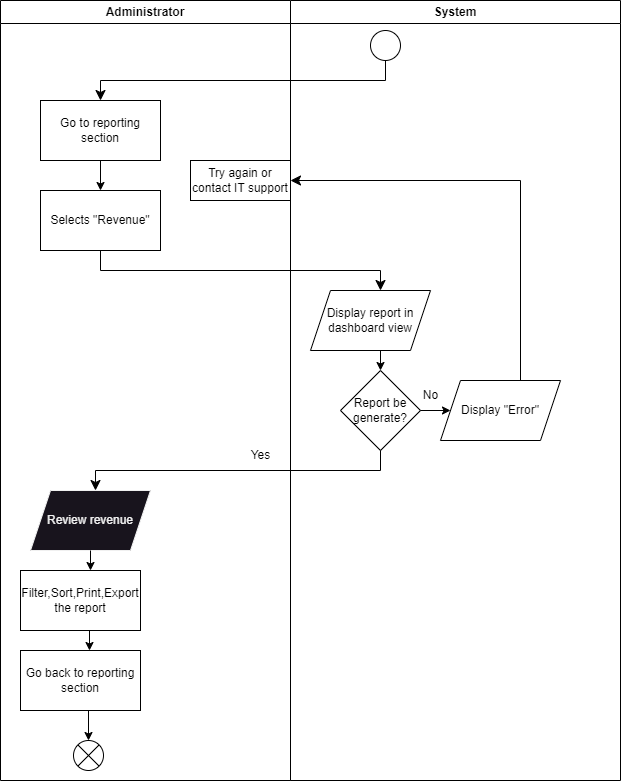
The draw.io diagram project/drawio/stakeholder/activity diagram/uc07.png in drshahizan/software-engineering, before a commit. Source tidied: cells renumbered, new cells last; positions are measured from the earlier drawing's top-left corner, leaving out a move shared by most shapes.
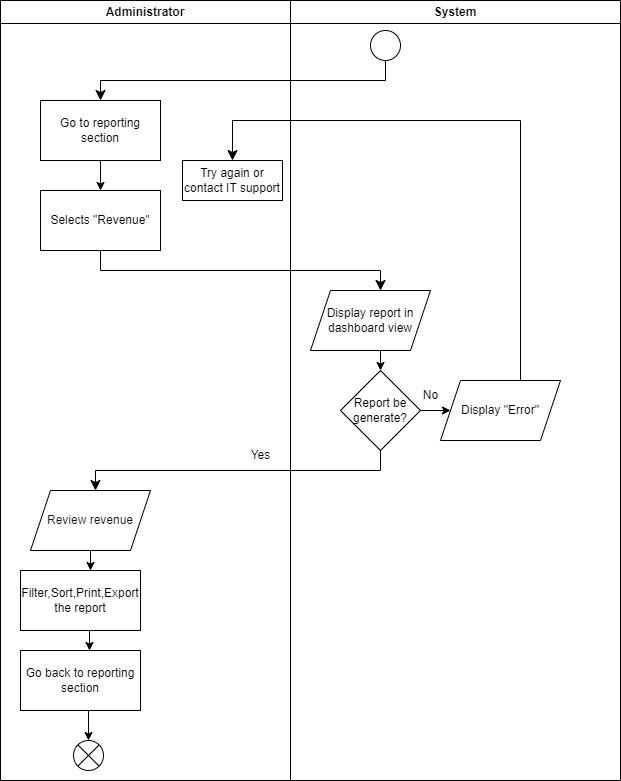
The same file after the commit.

What changed in the source:
```diff
@@ -50,7 +50,7 @@
         <mxPoint x="95" y="490" as="targetPoint" />
       </mxGeometry>
     </mxCell>
-    <mxCell id="13" value="Review revenue" style="shape=parallelogram;perimeter=parallelogramPerimeter;whiteSpace=wrap;html=1;fixedSize=1;fontFamily=Helvetica;fontSize=12;fontColor=rgb(240, 240, 240);align=center;strokeColor=rgb(240, 240, 240);fillColor=rgb(24, 20, 29);" parent="1" vertex="1">
+    <mxCell id="13" value="&lt;font color=&quot;#18141d&quot;&gt;Review revenue&lt;/font&gt;" style="shape=parallelogram;perimeter=parallelogramPerimeter;whiteSpace=wrap;html=1;fixedSize=1;fontFamily=Helvetica;fontSize=12;fontColor=rgb(240, 240, 240);align=center;strokeColor=#000000;fillColor=#FFFFFF;" parent="1" vertex="1">
       <mxGeometry x="30" y="490" width="120" height="60" as="geometry" />
     </mxCell>
     <mxCell id="14" style="endArrow=classic;html=1;" parent="1" edge="1">
@@ -92,17 +92,16 @@
     <mxCell id="22" value="Display &quot;Error&quot;" style="shape=parallelogram;perimeter=parallelogramPerimeter;whiteSpace=wrap;html=1;fixedSize=1;" parent="1" vertex="1">
       <mxGeometry x="440" y="380" width="120" height="60" as="geometry" />
     </mxCell>
-    <mxCell id="23" style="edgeStyle=elbowEdgeStyle;elbow=vertical;endArrow=classic;html=1;curved=0;rounded=0;endSize=8;startSize=8;" parent="1" edge="1">
+    <mxCell id="23" style="edgeStyle=elbowEdgeStyle;elbow=vertical;endArrow=classic;html=1;curved=0;rounded=0;endSize=8;startSize=8;entryX=0.5;entryY=0;entryDx=0;entryDy=0;" parent="1" edge="1" target="24">
       <mxGeometry relative="1" as="geometry">
         <mxPoint x="520" y="380" as="sourcePoint" />
-        <mxPoint x="290" y="180" as="targetPoint" />
         <Array as="points">
-          <mxPoint x="380" y="180" />
+          <mxPoint x="490" y="120" />
         </Array>
       </mxGeometry>
     </mxCell>
     <mxCell id="24" value="Try again or contact IT support" style="rounded=0;whiteSpace=wrap;html=1;" parent="1" vertex="1">
-      <mxGeometry x="190" y="160" width="100" height="40" as="geometry" />
+      <mxGeometry x="182" y="160" width="100" height="40" as="geometry" />
     </mxCell>
     <mxCell id="25" value="Administrator" style="swimlane;whiteSpace=wrap;html=1;startSize=23;" parent="1" vertex="1">
       <mxGeometry width="290" height="780" as="geometry" />
```
